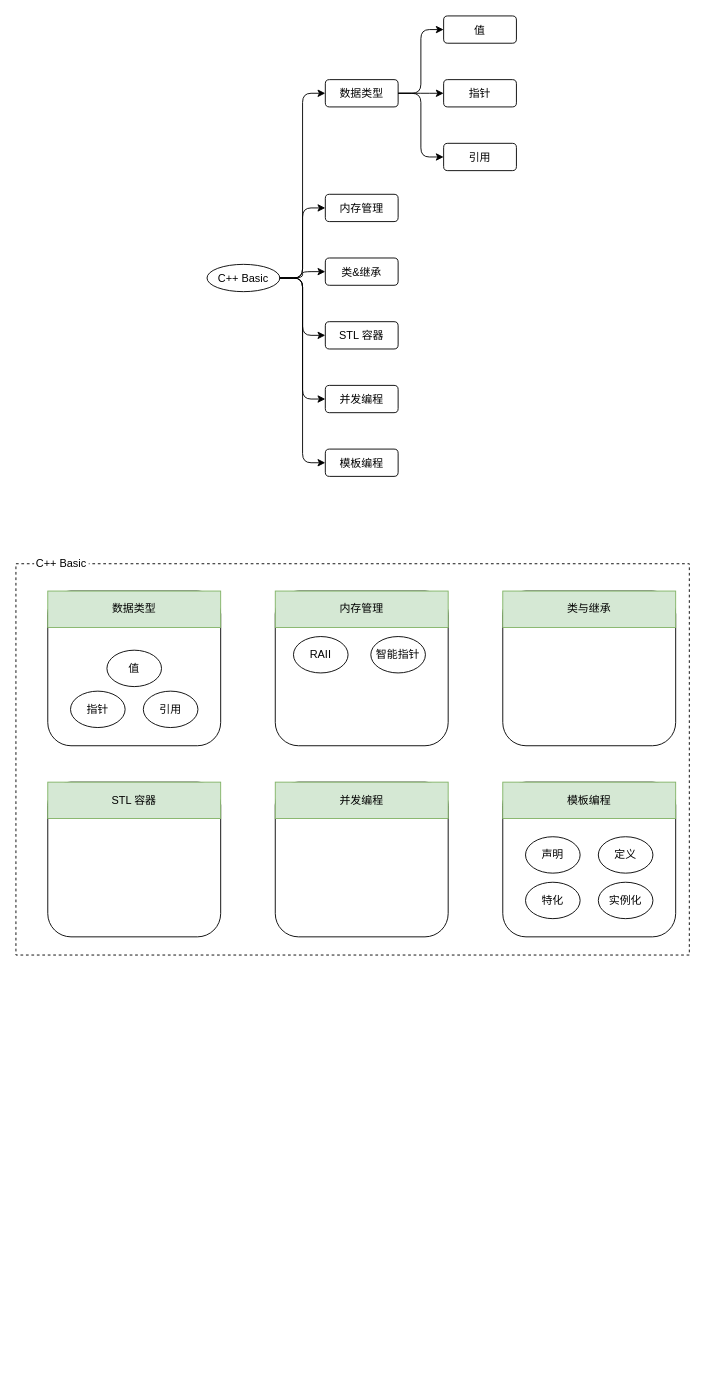
Above: cplusplus_syntax_component.drawio in ZiqingYip/moment (draw.io), before the change. Source tidied: cells renumbered, new cells numbered last; positions are measured from the earlier drawing's top-left corner, leaving out a move shared by most shapes. Both pictures are drawn from the tidied source at 91%, with x=0, y=0 at pixel (15, 15).
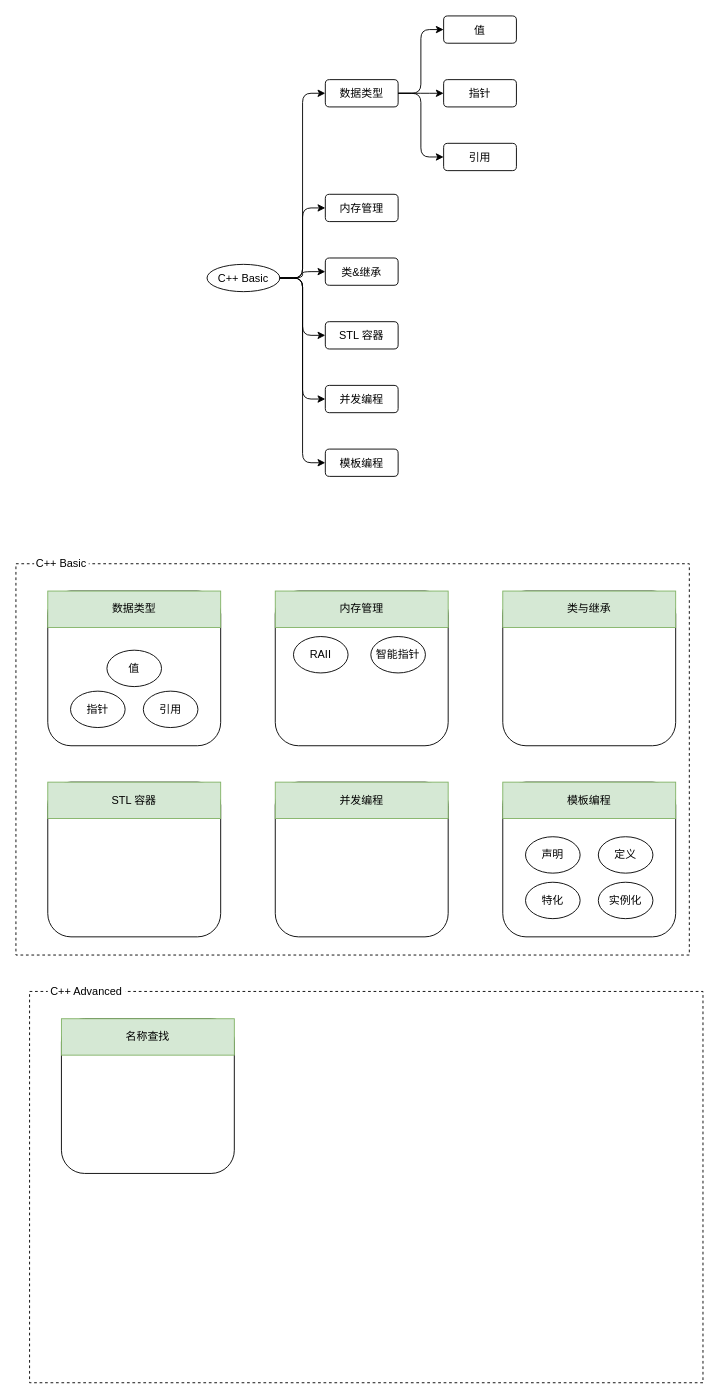
The same diagram, later.

What changed in the source:
```diff
@@
+    <mxCell id="44" style="rounded=0;whiteSpace=wrap;html=1;fillColor=none;dashed=1;" parent="1" vertex="1">
+      <mxGeometry x="15" y="1072" width="740" height="430" as="geometry" />
+    </mxCell>
+    <mxCell id="45" style="rounded=1;whiteSpace=wrap;html=1;" parent="1" vertex="1">
+      <mxGeometry x="50" y="1102" width="190" height="170" as="geometry" />
+    </mxCell>
+    <mxCell id="46" value="名称查找" style="rounded=0;whiteSpace=wrap;html=1;fillColor=#d5e8d4;strokeColor=#82b366;" parent="1" vertex="1">
+      <mxGeometry x="50" y="1102" width="190" height="40" as="geometry" />
+    </mxCell>
+    <mxCell id="47" value="C++ Advanced" style="text;html=1;strokeColor=none;fillColor=default;align=center;verticalAlign=middle;whiteSpace=wrap;rounded=0;dashed=1;" parent="1" vertex="1">
+      <mxGeometry x="35" y="1062" width="85" height="20" as="geometry" />
+    </mxCell>
```
